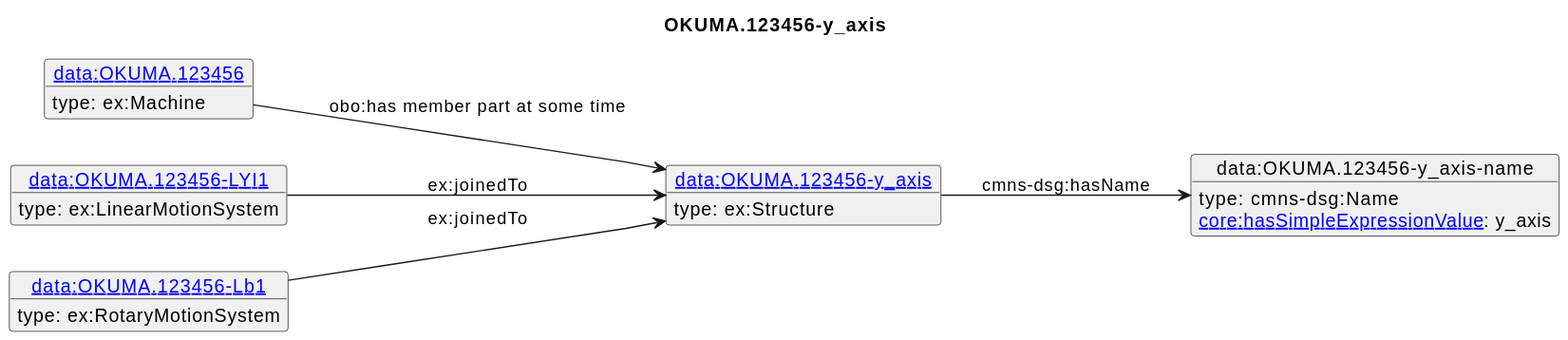
The PlantUML diagram diagrams/OKUMA.123456-y_axis.svg in iofoundry/example-syseng-mtconnect, before a commit.
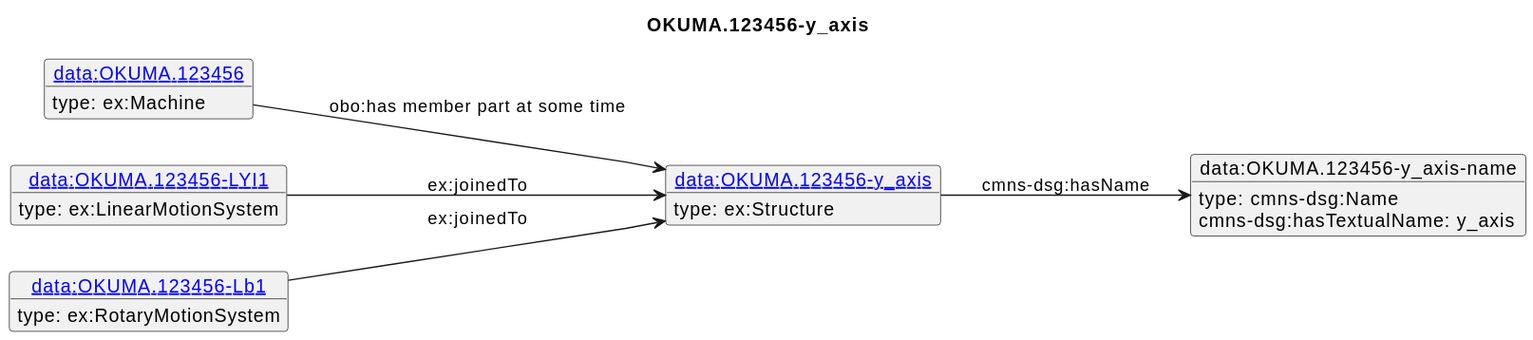
The same diagram one commit later.

The edit, as a diff of the source:
```diff
@@ -18,7 +18,7 @@
  type: ex:RotaryMotionSystem
 }
 o1 --> o2 : cmns-dsg:hasName
-o2 : [[https://spec.industrialontologies.org/ontology/core/Core/hasSimpleExpressionValue core:hasSimpleExpressionValue]]: y_axis
+o2 : cmns-dsg:hasTextualName: y_axis
 o3 --> o1 : obo:has member part at some time
 o4 --> o1 : ex:joinedTo
 o5 --> o1 : ex:joinedTo
```
